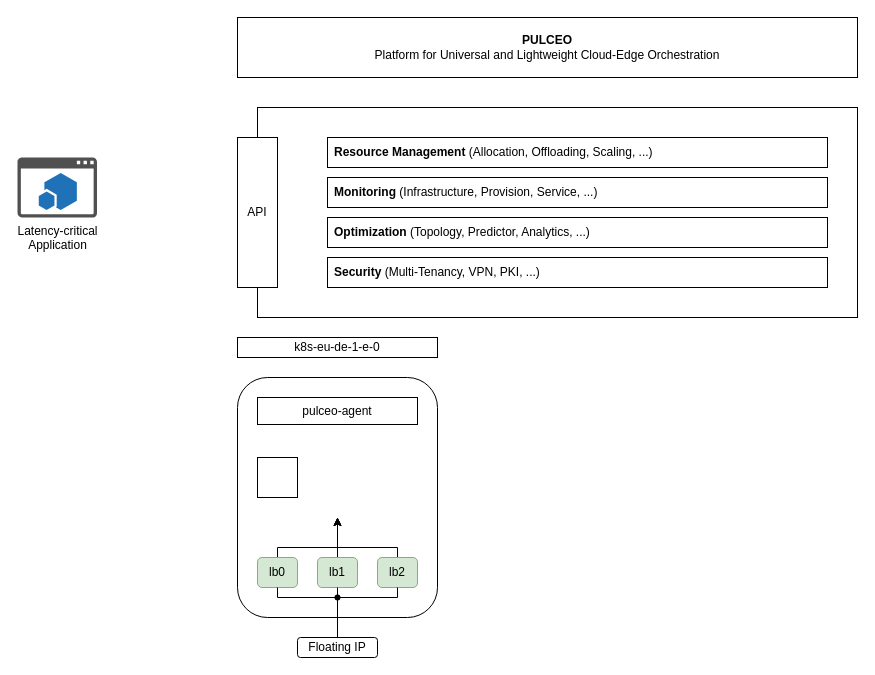
Before: src/assets/pulceo-high-level-overview.drawio in spboehm/pulceo-docs, a draw.io diagram. Source tidied: cells renumbered, new cells numbered last; positions are measured from the earlier drawing's top-left corner, leaving out a move shared by most shapes. Both pictures are drawn from the tidied source at 100%, with x=0, y=0 at pixel (17, 17).
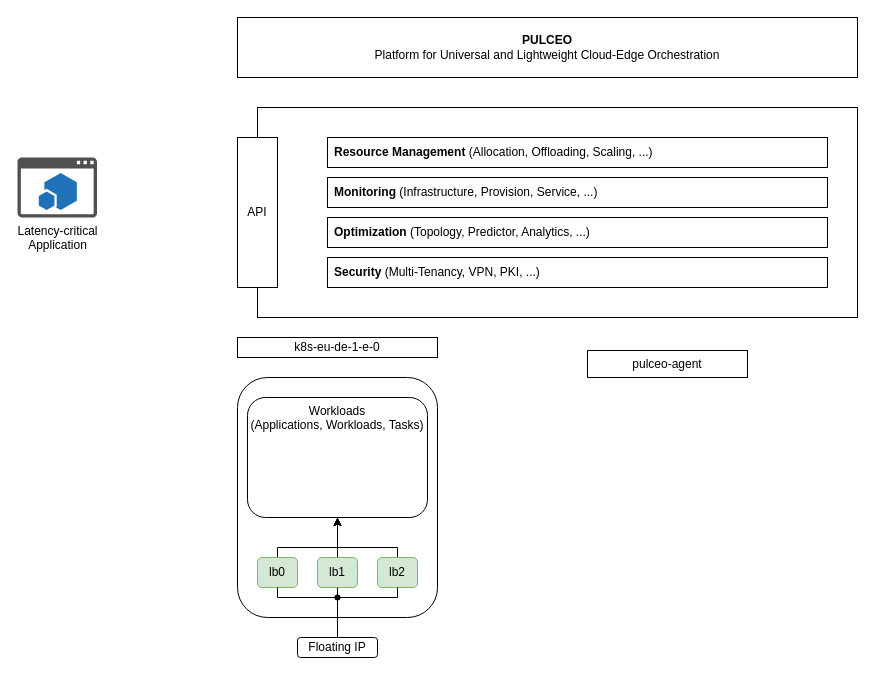
Above is the later version.

Diff of the diagram source:
```diff
@@
+    <mxCell id="26" value="Workloads&lt;br&gt;(Applications, Workloads, Tasks)" style="rounded=1;whiteSpace=wrap;html=1;fillColor=none;verticalAlign=top;" parent="1" vertex="1">
+      <mxGeometry x="230" y="380" width="180" height="120" as="geometry" />
+    </mxCell>
@@
     <mxCell id="24" value="pulceo-agent" style="rounded=0;whiteSpace=wrap;html=1;" parent="1" vertex="1">
-      <mxGeometry x="240" y="380" width="160" height="27" as="geometry" />
+      <mxGeometry x="570" y="333" width="160" height="27" as="geometry" />
     </mxCell>
-    <mxCell id="25" style="rounded=0;whiteSpace=wrap;html=1;" parent="1" vertex="1">
-      <mxGeometry x="240" y="440" width="40" height="40" as="geometry" />
-    </mxCell>
```
